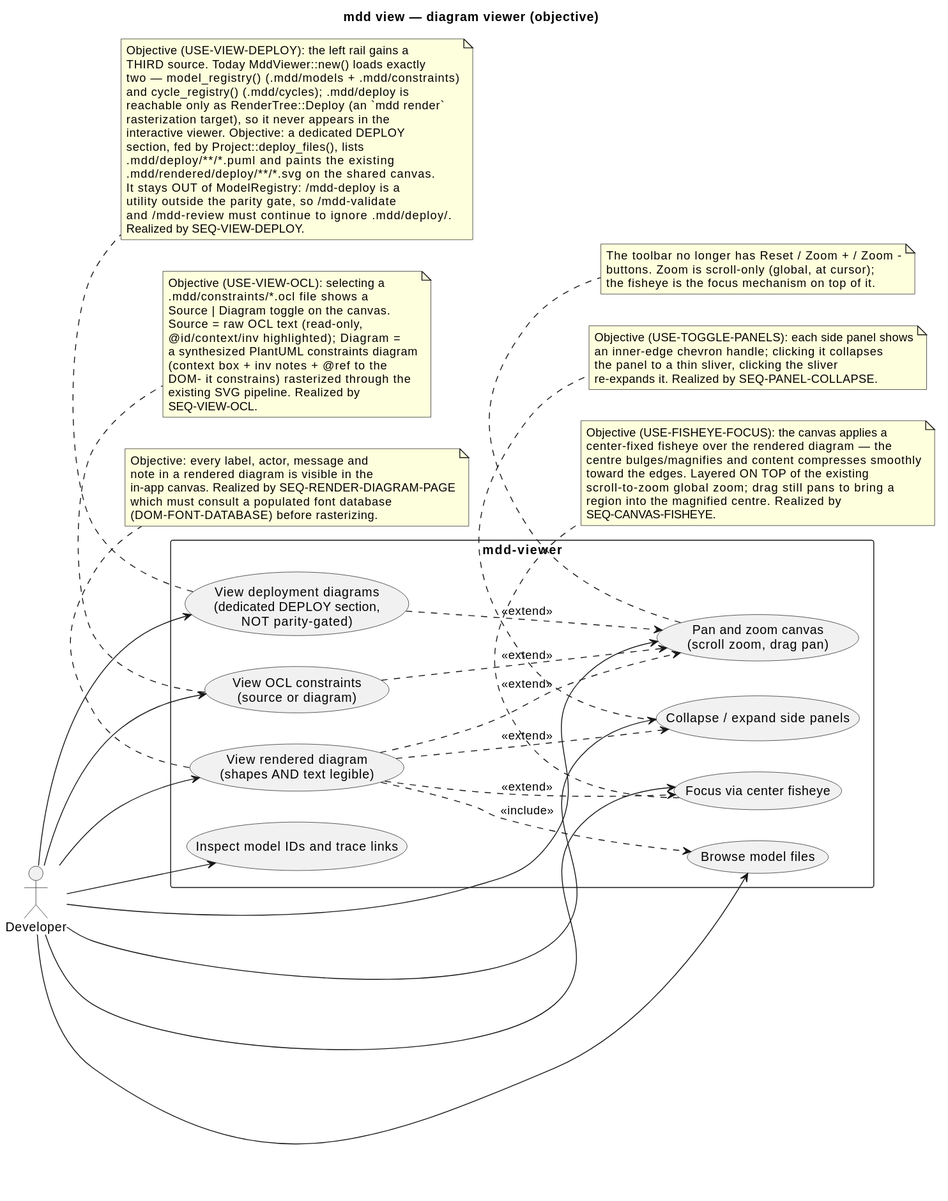
Above: .mdd/rendered/models/objective/use-cases/diagram-viewer.svg in cthadeufaria/model-driven-development (PlantUML), before the change.
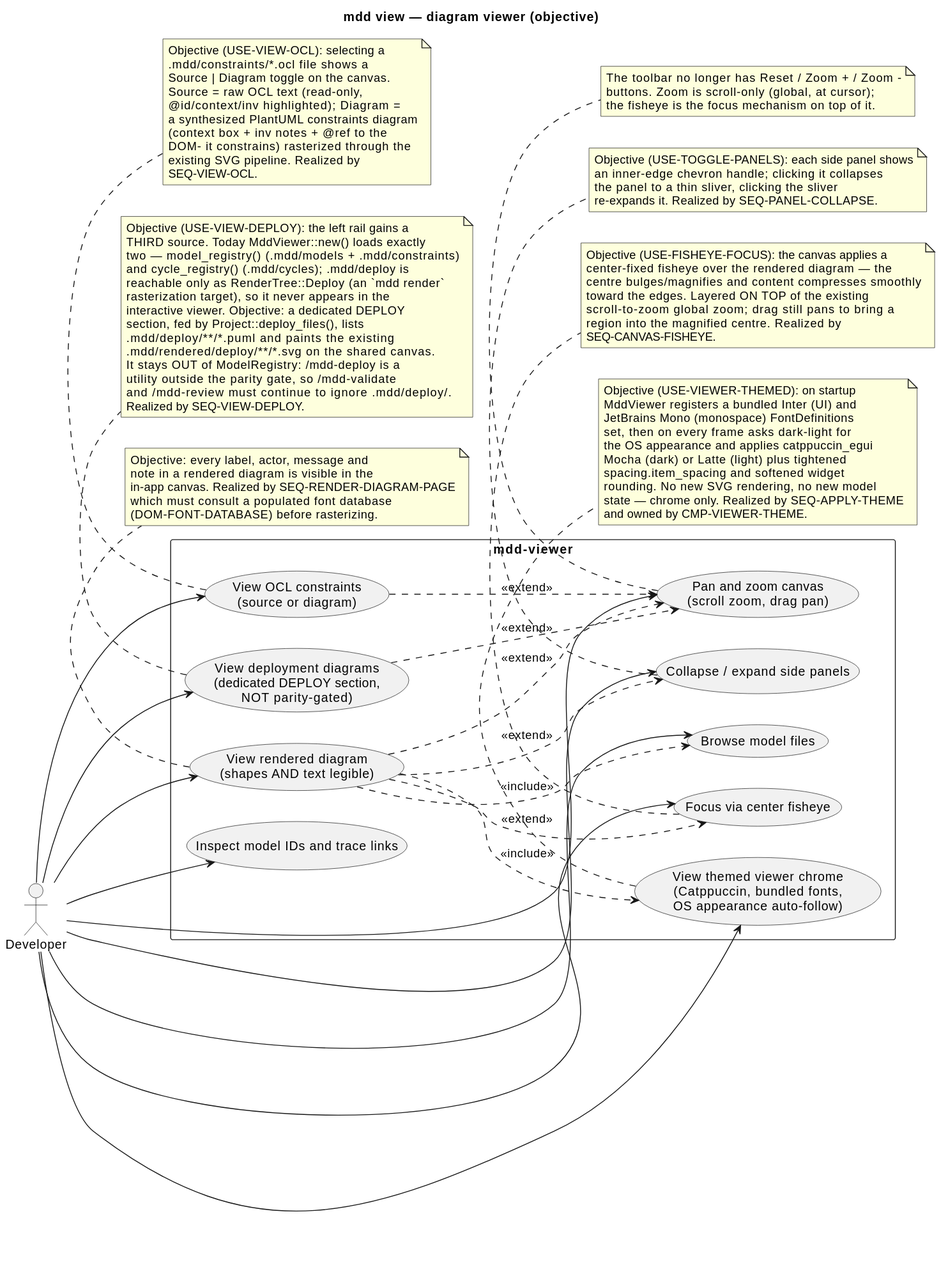
The same diagram one commit later.

Change to the diagram source:
```diff
@@ -14,6 +14,7 @@
   usecase "Inspect model IDs and trace links" as Trace
   usecase "View OCL constraints\n(source or diagram)" as ViewOcl
   usecase "View deployment diagrams\n(dedicated DEPLOY section,\nNOT parity-gated)" as ViewDeploy
+  usecase "View themed viewer chrome\n(Catppuccin, bundled fonts,\nOS appearance auto-follow)" as Themed
 }
 
 Dev --> View
@@ -24,11 +25,13 @@
 Dev --> Trace
 Dev --> ViewOcl
 Dev --> ViewDeploy
+Dev --> Themed
 
 View ..> Browse : <<include>>
 View ..> PanZoom : <<extend>>
 View ..> Fisheye : <<extend>>
 View ..> Panels : <<extend>>
+View ..> Themed : <<include>>
 ViewOcl ..> PanZoom : <<extend>>
 ViewDeploy ..> PanZoom : <<extend>>
 
@@ -76,6 +79,19 @@
   re-expands it. Realized by SEQ-PANEL-COLLAPSE.
 end note
 
+note bottom of Themed
+  Objective (USE-VIEWER-THEMED): on startup
+  MddViewer registers a bundled Inter (UI) and
+  JetBrains Mono (monospace) FontDefinitions
+  set, then on every frame asks dark-light for
+  the OS appearance and applies catppuccin_egui
+  Mocha (dark) or Latte (light) plus tightened
+  spacing.item_spacing and softened widget
+  rounding. No new SVG rendering, no new model
+  state — chrome only. Realized by SEQ-APPLY-THEME
+  and owned by CMP-VIEWER-THEME.
+end note
+
 note bottom of ViewDeploy
   Objective (USE-VIEW-DEPLOY): the left rail gains a
   THIRD source. Today MddViewer::new() loads exactly
```
